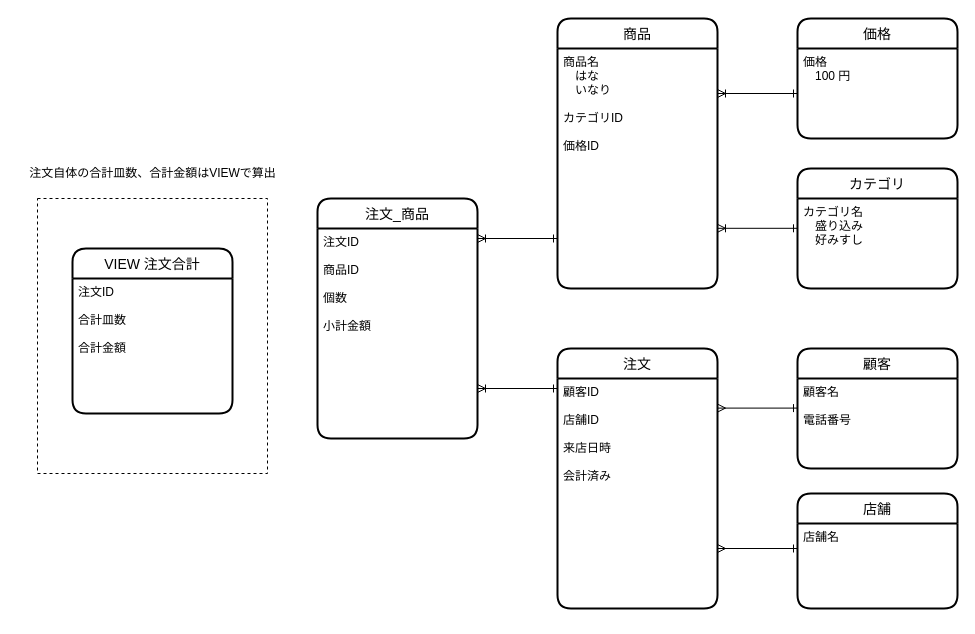
The draw.io diagram db_modeling1/db_modeling1.drawio in halki117/PrAhaChallenge, before the edit. Source tidied: cells renumbered, new cells numbered last; positions are measured from the earlier drawing's top-left corner, leaving out a move shared by most shapes. Both pictures are drawn from the tidied source at 100%, with x=0, y=0 at pixel (17, 18).
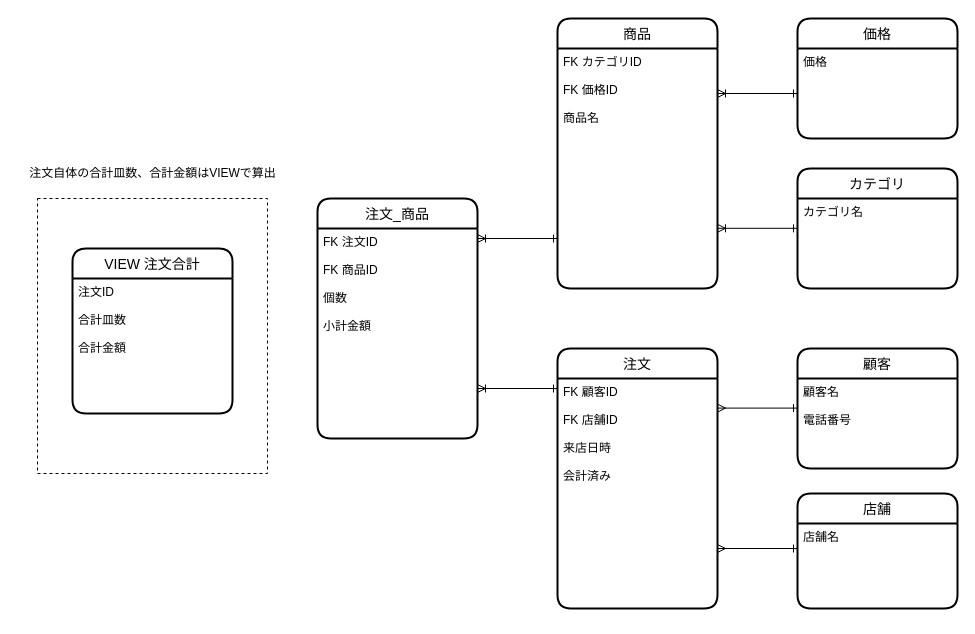
After the change.

The change refers to these unchanged cells:
```xml
<mxCell id="3" value="注文" style="swimlane;horizontal=1;startSize=30;rounded=1;fontSize=14;fontStyle=0;strokeWidth=2;shadow=0;dashed=0;align=center;" parent="1" vertex="1">
  <mxGeometry x="540" y="330" width="160" height="260" as="geometry" />
</mxCell>
<mxCell id="6" value="価格" style="swimlane;horizontal=1;startSize=30;rounded=1;fontSize=14;fontStyle=0;strokeWidth=2;shadow=0;dashed=0;align=center;" parent="1" vertex="1">
  <mxGeometry x="780" width="160" height="120" as="geometry" />
</mxCell>
<mxCell id="8" value="注文_商品" style="swimlane;horizontal=1;startSize=30;rounded=1;fontSize=14;fontStyle=0;strokeWidth=2;shadow=0;dashed=0;align=center;" parent="1" vertex="1">
  <mxGeometry x="300" y="180" width="160" height="240" as="geometry" />
</mxCell>
<mxCell id="10" value="カテゴリ" style="swimlane;horizontal=1;startSize=30;rounded=1;fontSize=14;fontStyle=0;strokeWidth=2;shadow=0;dashed=0;align=center;" parent="1" vertex="1">
  <mxGeometry x="780" y="150" width="160" height="120" as="geometry" />
</mxCell>
<mxCell id="12" value="商品" style="swimlane;horizontal=1;startSize=30;rounded=1;fontSize=14;fontStyle=0;strokeWidth=2;shadow=0;dashed=0;align=center;" parent="1" vertex="1">
  <mxGeometry x="540" width="160" height="270" as="geometry" />
</mxCell>
```

The edit, as a diff of the source:
```diff
@@
-    <mxCell id="5" value="顧客ID&#10;&#10;店舗ID&#10;&#10;来店日時&#10;&#10;会計済み" style="align=left;strokeColor=none;fillColor=none;spacingLeft=4;fontSize=12;verticalAlign=top;" parent="3" vertex="1">
+    <mxCell id="5" value="FK 顧客ID&#10;&#10;FK 店舗ID&#10;&#10;来店日時&#10;&#10;会計済み" style="align=left;strokeColor=none;fillColor=none;spacingLeft=4;fontSize=12;verticalAlign=top;" parent="3" vertex="1">
       <mxGeometry y="30" width="160" height="230" as="geometry" />
     </mxCell>
@@
-    <mxCell id="7" value="価格&#10;　100 円" style="align=left;strokeColor=none;fillColor=none;spacingLeft=4;fontSize=12;verticalAlign=top;" parent="6" vertex="1">
+    <mxCell id="7" value="価格" style="align=left;strokeColor=none;fillColor=none;spacingLeft=4;fontSize=12;verticalAlign=top;" parent="6" vertex="1">
       <mxGeometry y="30" width="160" height="90" as="geometry" />
     </mxCell>
@@
-    <mxCell id="9" value="注文ID&#10;&#10;商品ID&#10;&#10;個数&#10;&#10;小計金額" style="align=left;strokeColor=none;fillColor=none;spacingLeft=4;fontSize=12;verticalAlign=top;" parent="8" vertex="1">
+    <mxCell id="9" value="FK 注文ID&#10;&#10;FK 商品ID&#10;&#10;個数&#10;&#10;小計金額" style="align=left;strokeColor=none;fillColor=none;spacingLeft=4;fontSize=12;verticalAlign=top;" parent="8" vertex="1">
       <mxGeometry y="30" width="160" height="210" as="geometry" />
     </mxCell>
@@
-    <mxCell id="11" value="カテゴリ名&#10;　盛り込み&#10;　好みすし" style="align=left;strokeColor=none;fillColor=none;spacingLeft=4;fontSize=12;verticalAlign=top;" parent="10" vertex="1">
+    <mxCell id="11" value="カテゴリ名" style="align=left;strokeColor=none;fillColor=none;spacingLeft=4;fontSize=12;verticalAlign=top;" parent="10" vertex="1">
       <mxGeometry y="30" width="160" height="90" as="geometry" />
     </mxCell>
@@
-    <mxCell id="13" value="商品名&#10;　はな&#10;　いなり&#10;&#10;カテゴリID&#10;&#10;価格ID" style="align=left;strokeColor=none;fillColor=none;spacingLeft=4;fontSize=12;verticalAlign=top;" parent="12" vertex="1">
+    <mxCell id="13" value="FK カテゴリID&#10;&#10;FK 価格ID&#10;&#10;商品名" style="align=left;strokeColor=none;fillColor=none;spacingLeft=4;fontSize=12;verticalAlign=top;" parent="12" vertex="1">
       <mxGeometry y="30" width="160" height="240" as="geometry" />
     </mxCell>
```
